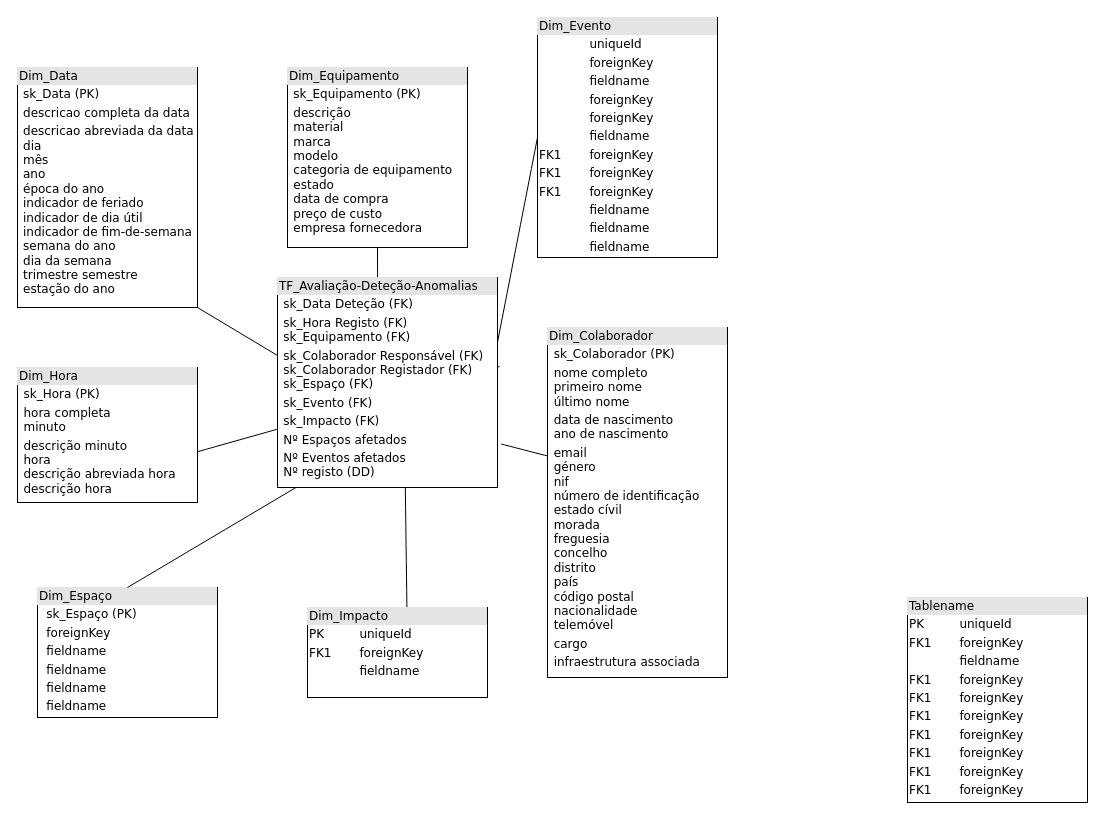
This is avaldetanom.drawio from 1santo/dataset-manutinfras, a draw.io file, before an edit. Source tidied: cells renumbered, new cells numbered last; positions are measured from the earlier drawing's top-left corner, leaving out a move shared by most shapes. Both pictures are drawn from the tidied source at 100%, with x=0, y=0 at pixel (17, 17).
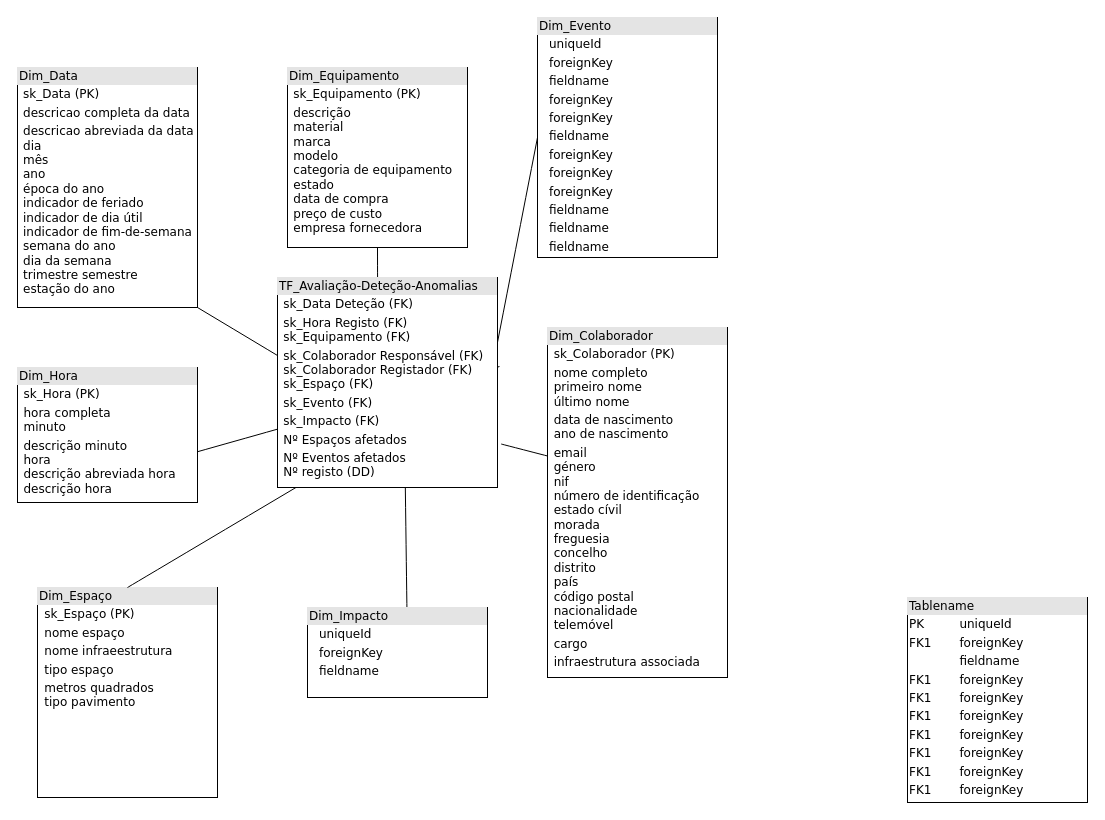
The same diagram, later.

Change to the diagram source:
```diff
@@
 <mxGraphModel>
   <root>
     <mxCell id="0" />
     <mxCell id="1" parent="0" />
     <mxCell id="2" value="&lt;div style=&quot;box-sizing: border-box ; width: 100% ; background: #e4e4e4 ; padding: 2px&quot;&gt;Dim_Equipamento&lt;/div&gt;&lt;table style=&quot;width: 100% ; font-size: 1em&quot; cellpadding=&quot;2&quot; cellspacing=&quot;0&quot;&gt;&lt;tbody&gt;&lt;tr&gt;&lt;td&gt;&lt;br&gt;&lt;/td&gt;&lt;td&gt;sk_Equipamento (PK)&lt;/td&gt;&lt;/tr&gt;&lt;tr&gt;&lt;td&gt;&lt;br&gt;&lt;/td&gt;&lt;td&gt;descrição&lt;br&gt;material&lt;br&gt;marca&lt;br&gt;modelo&lt;br&gt;categoria de equipamento&lt;br&gt;estado&lt;br&gt;data de compra&lt;br&gt;preço de custo&lt;br&gt;empresa fornecedora&lt;/td&gt;&lt;/tr&gt;&lt;tr&gt;&lt;td&gt;&lt;/td&gt;&lt;td&gt;&lt;br&gt;&lt;/td&gt;&lt;/tr&gt;&lt;tr&gt;&lt;td&gt;&lt;br&gt;&lt;/td&gt;&lt;td&gt;&lt;br&gt;&lt;/td&gt;&lt;/tr&gt;&lt;/tbody&gt;&lt;/table&gt;" style="verticalAlign=top;align=left;overflow=fill;html=1;rounded=0;shadow=0;comic=0;labelBackgroundColor=none;strokeWidth=1;fontFamily=Verdana;fontSize=12;" parent="1" vertex="1">
       <mxGeometry x="270" y="50" width="180" height="180" as="geometry" />
     </mxCell>
     <mxCell id="3" value="&lt;div style=&quot;box-sizing: border-box ; width: 100% ; background: #e4e4e4 ; padding: 2px&quot;&gt;Tablename&lt;/div&gt;&lt;table style=&quot;width: 100% ; font-size: 1em&quot; cellpadding=&quot;2&quot; cellspacing=&quot;0&quot;&gt;&lt;tbody&gt;&lt;tr&gt;&lt;td&gt;PK&lt;/td&gt;&lt;td&gt;uniqueId&lt;/td&gt;&lt;/tr&gt;&lt;tr&gt;&lt;td&gt;FK1&lt;/td&gt;&lt;td&gt;foreignKey&lt;/td&gt;&lt;/tr&gt;&lt;tr&gt;&lt;td&gt;&lt;/td&gt;&lt;td&gt;fieldname&lt;/td&gt;&lt;/tr&gt;&lt;tr&gt;&lt;td&gt;FK1&lt;br&gt;&lt;/td&gt;&lt;td&gt;foreignKey&lt;br&gt;&lt;/td&gt;&lt;/tr&gt;&lt;tr&gt;&lt;td&gt;FK1&lt;br&gt;&lt;/td&gt;&lt;td&gt;foreignKey&lt;br&gt;&lt;/td&gt;&lt;/tr&gt;&lt;tr&gt;&lt;td&gt;FK1&lt;br&gt;&lt;/td&gt;&lt;td&gt;foreignKey&lt;br&gt;&lt;/td&gt;&lt;/tr&gt;&lt;tr&gt;&lt;td&gt;FK1&lt;br&gt;&lt;/td&gt;&lt;td&gt;foreignKey&lt;br&gt;&lt;/td&gt;&lt;/tr&gt;&lt;tr&gt;&lt;td&gt;FK1&lt;br&gt;&lt;/td&gt;&lt;td&gt;foreignKey&lt;br&gt;&lt;/td&gt;&lt;/tr&gt;&lt;tr&gt;&lt;td&gt;FK1&lt;br&gt;&lt;/td&gt;&lt;td&gt;foreignKey&lt;br&gt;&lt;/td&gt;&lt;/tr&gt;&lt;tr&gt;&lt;td&gt;FK1&lt;br&gt;&lt;/td&gt;&lt;td&gt;foreignKey&lt;br&gt;&lt;/td&gt;&lt;/tr&gt;&lt;/tbody&gt;&lt;/table&gt;" style="verticalAlign=top;align=left;overflow=fill;html=1;rounded=0;shadow=0;comic=0;labelBackgroundColor=none;strokeWidth=1;fontFamily=Verdana;fontSize=12;" parent="1" vertex="1">
       <mxGeometry x="890" y="580" width="180" height="205" as="geometry" />
     </mxCell>
     <mxCell id="4" value="&lt;div style=&quot;box-sizing: border-box ; width: 100% ; background: #e4e4e4 ; padding: 2px&quot;&gt;Dim_Data&lt;/div&gt;&lt;table style=&quot;width: 100% ; font-size: 1em&quot; cellpadding=&quot;2&quot; cellspacing=&quot;0&quot;&gt;&lt;tbody&gt;&lt;tr&gt;&lt;td&gt;&lt;br&gt;&lt;/td&gt;&lt;td&gt;sk_Data (PK)&lt;/td&gt;&lt;/tr&gt;&lt;tr&gt;&lt;td&gt;&lt;br&gt;&lt;/td&gt;&lt;td&gt;descricao completa da data&lt;/td&gt;&lt;/tr&gt;&lt;tr&gt;&lt;td&gt;&lt;/td&gt;&lt;td&gt;descricao abreviada da data&lt;br&gt;dia&lt;br&gt;mês&lt;br&gt;ano&lt;br&gt;época do ano&lt;br&gt;indicador de feriado&lt;br&gt;indicador de dia útil&lt;br&gt;indicador de fim-de-semana&lt;br&gt;semana do ano&lt;br&gt;dia da semana&lt;br&gt;trimestre semestre&lt;br&gt;estação do ano&lt;br&gt;&lt;/td&gt;&lt;/tr&gt;&lt;tr&gt;&lt;td&gt;&lt;br&gt;&lt;/td&gt;&lt;td&gt;&lt;br&gt;&lt;/td&gt;&lt;/tr&gt;&lt;tr&gt;&lt;td&gt;&lt;br&gt;&lt;/td&gt;&lt;td&gt;&lt;br&gt;&lt;/td&gt;&lt;/tr&gt;&lt;/tbody&gt;&lt;/table&gt;" style="verticalAlign=top;align=left;overflow=fill;html=1;rounded=0;shadow=0;comic=0;labelBackgroundColor=none;strokeWidth=1;fontFamily=Verdana;fontSize=12;" parent="1" vertex="1">
       <mxGeometry y="50" width="180" height="240" as="geometry" />
     </mxCell>
-    <mxCell id="5" value="&lt;div style=&quot;box-sizing: border-box ; width: 100% ; background: #e4e4e4 ; padding: 2px&quot;&gt;Dim_Evento&lt;/div&gt;&lt;table style=&quot;width: 100% ; font-size: 1em&quot; cellpadding=&quot;2&quot; cellspacing=&quot;0&quot;&gt;&lt;tbody&gt;&lt;tr&gt;&lt;td&gt;&lt;br&gt;&lt;/td&gt;&lt;td&gt;uniqueId&lt;/td&gt;&lt;/tr&gt;&lt;tr&gt;&lt;td&gt;&lt;br&gt;&lt;/td&gt;&lt;td&gt;foreignKey&lt;/td&gt;&lt;/tr&gt;&lt;tr&gt;&lt;td&gt;&lt;/td&gt;&lt;td&gt;fieldname&lt;/td&gt;&lt;/tr&gt;&lt;tr&gt;&lt;td&gt;&lt;br&gt;&lt;/td&gt;&lt;td&gt;foreignKey&lt;br&gt;&lt;/td&gt;&lt;/tr&gt;&lt;tr&gt;&lt;td&gt;&lt;br&gt;&lt;/td&gt;&lt;td&gt;foreignKey&lt;br&gt;&lt;/td&gt;&lt;/tr&gt;&lt;tr&gt;&lt;td&gt;&lt;br&gt;&lt;/td&gt;&lt;td&gt;fieldname&lt;br&gt;&lt;/td&gt;&lt;/tr&gt;&lt;tr&gt;&lt;td&gt;FK1&lt;br&gt;&lt;/td&gt;&lt;td&gt;foreignKey&lt;br&gt;&lt;/td&gt;&lt;/tr&gt;&lt;tr&gt;&lt;td&gt;FK1&lt;br&gt;&lt;/td&gt;&lt;td&gt;foreignKey&lt;br&gt;&lt;/td&gt;&lt;/tr&gt;&lt;tr&gt;&lt;td&gt;FK1&lt;br&gt;&lt;/td&gt;&lt;td&gt;foreignKey&lt;br&gt;&lt;/td&gt;&lt;/tr&gt;&lt;tr&gt;&lt;td&gt;&lt;br&gt;&lt;/td&gt;&lt;td&gt;fieldname&lt;br&gt;&lt;/td&gt;&lt;/tr&gt;&lt;tr&gt;&lt;td&gt;&lt;br&gt;&lt;/td&gt;&lt;td&gt;fieldname&lt;br&gt;&lt;/td&gt;&lt;/tr&gt;&lt;tr&gt;&lt;td&gt;&lt;br&gt;&lt;/td&gt;&lt;td&gt;fieldname&lt;br&gt;&lt;/td&gt;&lt;/tr&gt;&lt;/tbody&gt;&lt;/table&gt;" style="verticalAlign=top;align=left;overflow=fill;html=1;rounded=0;shadow=0;comic=0;labelBackgroundColor=none;strokeWidth=1;fontFamily=Verdana;fontSize=12;" parent="1" vertex="1">
+    <mxCell id="5" value="&lt;div style=&quot;box-sizing: border-box ; width: 100% ; background: #e4e4e4 ; padding: 2px&quot;&gt;Dim_Evento&lt;/div&gt;&lt;table style=&quot;width: 100% ; font-size: 1em&quot; cellpadding=&quot;2&quot; cellspacing=&quot;0&quot;&gt;&lt;tbody&gt;&lt;tr&gt;&lt;td&gt;&lt;br&gt;&lt;/td&gt;&lt;td&gt;uniqueId&lt;/td&gt;&lt;/tr&gt;&lt;tr&gt;&lt;td&gt;&lt;br&gt;&lt;/td&gt;&lt;td&gt;foreignKey&lt;/td&gt;&lt;/tr&gt;&lt;tr&gt;&lt;td&gt;&lt;/td&gt;&lt;td&gt;fieldname&lt;/td&gt;&lt;/tr&gt;&lt;tr&gt;&lt;td&gt;&lt;br&gt;&lt;/td&gt;&lt;td&gt;foreignKey&lt;br&gt;&lt;/td&gt;&lt;/tr&gt;&lt;tr&gt;&lt;td&gt;&lt;br&gt;&lt;/td&gt;&lt;td&gt;foreignKey&lt;br&gt;&lt;/td&gt;&lt;/tr&gt;&lt;tr&gt;&lt;td&gt;&lt;br&gt;&lt;/td&gt;&lt;td&gt;fieldname&lt;br&gt;&lt;/td&gt;&lt;/tr&gt;&lt;tr&gt;&lt;td&gt;&lt;/td&gt;&lt;td&gt;foreignKey&lt;br&gt;&lt;/td&gt;&lt;/tr&gt;&lt;tr&gt;&lt;td&gt;&lt;br&gt;&lt;/td&gt;&lt;td&gt;foreignKey&lt;br&gt;&lt;/td&gt;&lt;/tr&gt;&lt;tr&gt;&lt;td&gt;&lt;br&gt;&lt;/td&gt;&lt;td&gt;foreignKey&lt;br&gt;&lt;/td&gt;&lt;/tr&gt;&lt;tr&gt;&lt;td&gt;&lt;br&gt;&lt;/td&gt;&lt;td&gt;fieldname&lt;br&gt;&lt;/td&gt;&lt;/tr&gt;&lt;tr&gt;&lt;td&gt;&lt;br&gt;&lt;/td&gt;&lt;td&gt;fieldname&lt;br&gt;&lt;/td&gt;&lt;/tr&gt;&lt;tr&gt;&lt;td&gt;&lt;br&gt;&lt;/td&gt;&lt;td&gt;fieldname&lt;br&gt;&lt;/td&gt;&lt;/tr&gt;&lt;/tbody&gt;&lt;/table&gt;" style="verticalAlign=top;align=left;overflow=fill;html=1;rounded=0;shadow=0;comic=0;labelBackgroundColor=none;strokeWidth=1;fontFamily=Verdana;fontSize=12;" parent="1" vertex="1">
       <mxGeometry x="520" width="180" height="240" as="geometry" />
     </mxCell>
-    <mxCell id="6" value="&lt;div style=&quot;box-sizing: border-box ; width: 100% ; background: #e4e4e4 ; padding: 2px&quot;&gt;Dim_Espaço&lt;/div&gt;&lt;table style=&quot;width: 100% ; font-size: 1em&quot; cellpadding=&quot;2&quot; cellspacing=&quot;0&quot;&gt;&lt;tbody&gt;&lt;tr&gt;&lt;td&gt;&lt;br&gt;&lt;/td&gt;&lt;td&gt;sk_Espaço (PK)&lt;/td&gt;&lt;/tr&gt;&lt;tr&gt;&lt;td&gt;&lt;br&gt;&lt;/td&gt;&lt;td&gt;foreignKey&lt;/td&gt;&lt;/tr&gt;&lt;tr&gt;&lt;td&gt;&lt;/td&gt;&lt;td&gt;fieldname&lt;/td&gt;&lt;/tr&gt;&lt;tr&gt;&lt;td&gt;&lt;br&gt;&lt;/td&gt;&lt;td&gt;fieldname&lt;br&gt;&lt;/td&gt;&lt;/tr&gt;&lt;tr&gt;&lt;td&gt;&lt;br&gt;&lt;/td&gt;&lt;td&gt;fieldname&lt;br&gt;&lt;/td&gt;&lt;/tr&gt;&lt;tr&gt;&lt;td&gt;&lt;br&gt;&lt;/td&gt;&lt;td&gt;fieldname&lt;br&gt;&lt;/td&gt;&lt;/tr&gt;&lt;/tbody&gt;&lt;/table&gt;" style="verticalAlign=top;align=left;overflow=fill;html=1;rounded=0;shadow=0;comic=0;labelBackgroundColor=none;strokeWidth=1;fontFamily=Verdana;fontSize=12;" parent="1" vertex="1">
-      <mxGeometry x="20" y="570" width="180" height="130" as="geometry" />
+    <mxCell id="6" value="&lt;div style=&quot;box-sizing: border-box ; width: 100% ; background: #e4e4e4 ; padding: 2px&quot;&gt;Dim_Espaço&lt;/div&gt;&lt;table style=&quot;width: 100% ; font-size: 1em&quot; cellpadding=&quot;2&quot; cellspacing=&quot;0&quot;&gt;&lt;tbody&gt;&lt;tr&gt;&lt;td&gt;&lt;br&gt;&lt;/td&gt;&lt;td&gt;sk_Espaço (PK)&lt;/td&gt;&lt;/tr&gt;&lt;tr&gt;&lt;td&gt;&lt;br&gt;&lt;/td&gt;&lt;td&gt;nome espaço&lt;/td&gt;&lt;/tr&gt;&lt;tr&gt;&lt;td&gt;&lt;/td&gt;&lt;td&gt;nome infraeestrutura&lt;/td&gt;&lt;/tr&gt;&lt;tr&gt;&lt;td&gt;&lt;br&gt;&lt;/td&gt;&lt;td&gt;tipo espaço&lt;/td&gt;&lt;/tr&gt;&lt;tr&gt;&lt;td&gt;&lt;br&gt;&lt;/td&gt;&lt;td&gt;metros quadrados&lt;br&gt;tipo pavimento&lt;br&gt;&lt;br&gt;&lt;br&gt;&lt;/td&gt;&lt;/tr&gt;&lt;tr&gt;&lt;td&gt;&lt;br&gt;&lt;/td&gt;&lt;td&gt;&lt;br&gt;&lt;/td&gt;&lt;/tr&gt;&lt;/tbody&gt;&lt;/table&gt;" style="verticalAlign=top;align=left;overflow=fill;html=1;rounded=0;shadow=0;comic=0;labelBackgroundColor=none;strokeWidth=1;fontFamily=Verdana;fontSize=12;" parent="1" vertex="1">
+      <mxGeometry x="20" y="570" width="180" height="210" as="geometry" />
     </mxCell>
     <mxCell id="7" style="endArrow=none;html=1;rounded=0;fontSize=12;startSize=14;endSize=14;sourcePerimeterSpacing=8;targetPerimeterSpacing=8;curved=1;exitX=1;exitY=1;exitDx=0;exitDy=0;entryX=1;entryY=1;entryDx=0;entryDy=0;" parent="1" edge="1" source="13" target="4">
       <mxGeometry relative="1" as="geometry" />
     </mxCell>
     <mxCell id="8" style="endArrow=none;html=1;rounded=0;fontSize=12;startSize=14;endSize=14;sourcePerimeterSpacing=8;targetPerimeterSpacing=8;curved=1;exitX=0.455;exitY=0.05;exitDx=0;exitDy=0;exitPerimeter=0;entryX=0.5;entryY=1;entryDx=0;entryDy=0;" parent="1" edge="1" source="13" target="2">
       <mxGeometry relative="1" as="geometry" />
     </mxCell>
     <mxCell id="9" style="endArrow=none;html=1;rounded=0;fontSize=12;startSize=14;endSize=14;sourcePerimeterSpacing=8;targetPerimeterSpacing=8;curved=1;exitX=0.5;exitY=0;exitDx=0;exitDy=0;entryX=0.727;entryY=0.6;entryDx=0;entryDy=0;entryPerimeter=0;" parent="1" edge="1" source="6" target="13">
       <mxGeometry relative="1" as="geometry" />
     </mxCell>
     <mxCell id="10" style="endArrow=none;html=1;rounded=0;fontSize=12;startSize=14;endSize=14;sourcePerimeterSpacing=8;targetPerimeterSpacing=8;curved=1;exitX=0.955;exitY=0.55;exitDx=0;exitDy=0;exitPerimeter=0;entryX=0;entryY=0.5;entryDx=0;entryDy=0;" parent="1" edge="1" source="13" target="5">
       <mxGeometry relative="1" as="geometry" />
     </mxCell>
     <mxCell id="11" style="endArrow=none;html=1;rounded=0;fontSize=12;startSize=14;endSize=14;sourcePerimeterSpacing=8;targetPerimeterSpacing=8;curved=1;exitX=0;exitY=1;exitDx=0;exitDy=0;entryX=1.009;entryY=0.424;entryDx=0;entryDy=0;entryPerimeter=0;" parent="1" edge="1" source="15" target="13">
       <mxGeometry relative="1" as="geometry" />
     </mxCell>
     <mxCell id="12" style="endArrow=none;html=1;rounded=0;fontSize=12;startSize=14;endSize=14;sourcePerimeterSpacing=8;targetPerimeterSpacing=8;curved=1;exitX=0.556;exitY=0.556;exitDx=0;exitDy=0;exitPerimeter=0;entryX=0.581;entryY=0.996;entryDx=0;entryDy=0;entryPerimeter=0;" parent="1" edge="1" source="14" target="13">
       <mxGeometry relative="1" as="geometry" />
     </mxCell>
     <mxCell id="13" value="&lt;div style=&quot;box-sizing: border-box ; width: 100% ; background: #e4e4e4 ; padding: 2px&quot;&gt;TF_Avaliação-Deteção-Anomalias&lt;/div&gt;&lt;table style=&quot;width: 100% ; font-size: 1em&quot; cellpadding=&quot;2&quot; cellspacing=&quot;0&quot;&gt;&lt;tbody&gt;&lt;tr&gt;&lt;td&gt;&lt;br&gt;&lt;/td&gt;&lt;td&gt;sk_Data Deteção (FK)&lt;/td&gt;&lt;/tr&gt;&lt;tr&gt;&lt;td&gt;&lt;br&gt;&lt;/td&gt;&lt;td&gt;sk_Hora Registo (FK)&lt;br&gt;sk_Equipamento (FK)&lt;/td&gt;&lt;/tr&gt;&lt;tr&gt;&lt;td&gt;&lt;/td&gt;&lt;td&gt;sk_Colaborador Responsável (FK)&lt;br&gt;sk_Colaborador Registador (FK)&lt;br&gt;sk_Espaço (FK)&lt;/td&gt;&lt;/tr&gt;&lt;tr&gt;&lt;td&gt;&lt;br&gt;&lt;/td&gt;&lt;td&gt;sk_Evento (FK)&lt;/td&gt;&lt;/tr&gt;&lt;tr&gt;&lt;td&gt;&lt;br&gt;&lt;/td&gt;&lt;td&gt;sk_Impacto (FK)&lt;/td&gt;&lt;/tr&gt;&lt;tr&gt;&lt;td&gt;&lt;br&gt;&lt;/td&gt;&lt;td&gt;Nº Espaços afetados&lt;/td&gt;&lt;/tr&gt;&lt;tr&gt;&lt;td&gt;&lt;br&gt;&lt;/td&gt;&lt;td&gt;Nº Eventos afetados&lt;br&gt;Nº registo (DD)&lt;/td&gt;&lt;/tr&gt;&lt;tr&gt;&lt;td&gt;&lt;br&gt;&lt;/td&gt;&lt;td&gt;&lt;br&gt;&lt;/td&gt;&lt;/tr&gt;&lt;tr&gt;&lt;td&gt;&lt;br&gt;&lt;/td&gt;&lt;td&gt;&lt;br&gt;&lt;/td&gt;&lt;/tr&gt;&lt;tr&gt;&lt;td&gt;&lt;/td&gt;&lt;td&gt;&lt;br&gt;&lt;/td&gt;&lt;/tr&gt;&lt;tr&gt;&lt;td&gt;&lt;br&gt;&lt;/td&gt;&lt;td&gt;&lt;br&gt;&lt;/td&gt;&lt;/tr&gt;&lt;/tbody&gt;&lt;/table&gt;" style="verticalAlign=top;align=left;overflow=fill;html=1;rounded=0;shadow=0;comic=0;labelBackgroundColor=none;strokeWidth=1;fontFamily=Verdana;fontSize=12;" parent="1" vertex="1">
       <mxGeometry x="260" y="260" width="220" height="210" as="geometry" />
     </mxCell>
-    <mxCell id="14" value="&lt;div style=&quot;box-sizing:border-box;width:100%;background:#e4e4e4;padding:2px;&quot;&gt;Dim_Impacto&lt;/div&gt;&lt;table style=&quot;width:100%;font-size:1em;&quot; cellpadding=&quot;2&quot; cellspacing=&quot;0&quot;&gt;&lt;tbody&gt;&lt;tr&gt;&lt;td&gt;PK&lt;/td&gt;&lt;td&gt;uniqueId&lt;/td&gt;&lt;/tr&gt;&lt;tr&gt;&lt;td&gt;FK1&lt;/td&gt;&lt;td&gt;foreignKey&lt;/td&gt;&lt;/tr&gt;&lt;tr&gt;&lt;td&gt;&lt;/td&gt;&lt;td&gt;fieldname&lt;/td&gt;&lt;/tr&gt;&lt;/tbody&gt;&lt;/table&gt;" style="verticalAlign=top;align=left;overflow=fill;html=1;rounded=0;shadow=0;comic=0;labelBackgroundColor=none;strokeWidth=1;fontFamily=Verdana;fontSize=12;" parent="1" vertex="1">
+    <mxCell id="14" value="&lt;div style=&quot;box-sizing:border-box;width:100%;background:#e4e4e4;padding:2px;&quot;&gt;Dim_Impacto&lt;/div&gt;&lt;table style=&quot;width:100%;font-size:1em;&quot; cellpadding=&quot;2&quot; cellspacing=&quot;0&quot;&gt;&lt;tbody&gt;&lt;tr&gt;&lt;td&gt;&lt;br&gt;&lt;/td&gt;&lt;td&gt;uniqueId&lt;/td&gt;&lt;/tr&gt;&lt;tr&gt;&lt;td&gt;&lt;br&gt;&lt;/td&gt;&lt;td&gt;foreignKey&lt;/td&gt;&lt;/tr&gt;&lt;tr&gt;&lt;td&gt;&lt;/td&gt;&lt;td&gt;fieldname&lt;/td&gt;&lt;/tr&gt;&lt;/tbody&gt;&lt;/table&gt;" style="verticalAlign=top;align=left;overflow=fill;html=1;rounded=0;shadow=0;comic=0;labelBackgroundColor=none;strokeWidth=1;fontFamily=Verdana;fontSize=12;" parent="1" vertex="1">
       <mxGeometry x="290" y="590" width="180" height="90" as="geometry" />
     </mxCell>
     <mxCell id="15" value="&lt;div style=&quot;box-sizing:border-box;width:100%;background:#e4e4e4;padding:2px;&quot;&gt;Dim_Hora&lt;/div&gt;&lt;table style=&quot;width:100%;font-size:1em;&quot; cellpadding=&quot;2&quot; cellspacing=&quot;0&quot;&gt;&lt;tbody&gt;&lt;tr&gt;&lt;td&gt;&lt;/td&gt;&lt;td&gt;sk_Hora (PK)&lt;/td&gt;&lt;/tr&gt;&lt;tr&gt;&lt;td&gt;&lt;br&gt;&lt;/td&gt;&lt;td&gt;hora completa&lt;br&gt;minuto&lt;/td&gt;&lt;/tr&gt;&lt;tr&gt;&lt;td&gt;&lt;/td&gt;&lt;td&gt;descrição minuto&lt;br&gt;hora&lt;br&gt;descrição abreviada hora&lt;br&gt;descrição hora&lt;br&gt;&lt;/td&gt;&lt;/tr&gt;&lt;/tbody&gt;&lt;/table&gt;" style="verticalAlign=top;align=left;overflow=fill;html=1;rounded=0;shadow=0;comic=0;labelBackgroundColor=none;strokeWidth=1;fontFamily=Verdana;fontSize=12;" parent="1" vertex="1">
       <mxGeometry y="350" width="180" height="135" as="geometry" />
     </mxCell>
     <mxCell id="16" style="endArrow=none;html=1;rounded=0;fontSize=12;startSize=14;endSize=14;sourcePerimeterSpacing=8;targetPerimeterSpacing=8;curved=1;entryX=1;entryY=0.5;entryDx=0;entryDy=0;exitX=1.017;exitY=0.793;exitDx=0;exitDy=0;exitPerimeter=0;" parent="1" edge="1" source="13" target="17">
       <mxGeometry x="1" y="14" relative="1" as="geometry">
         <mxPoint x="-4" y="14" as="offset" />
       </mxGeometry>
     </mxCell>
     <mxCell id="17" value="&lt;div style=&quot;box-sizing: border-box ; width: 100% ; background: #e4e4e4 ; padding: 2px&quot;&gt;Dim_Colaborador&lt;/div&gt;&lt;table style=&quot;width: 100% ; font-size: 1em&quot; cellpadding=&quot;2&quot; cellspacing=&quot;0&quot;&gt;&lt;tbody&gt;&lt;tr&gt;&lt;td&gt;&lt;br&gt;&lt;/td&gt;&lt;td&gt;sk_Colaborador (PK)&lt;/td&gt;&lt;/tr&gt;&lt;tr&gt;&lt;td&gt;&lt;br&gt;&lt;/td&gt;&lt;td&gt;nome completo&lt;br&gt;primeiro nome&lt;br&gt;último nome&lt;/td&gt;&lt;/tr&gt;&lt;tr&gt;&lt;td&gt;&lt;/td&gt;&lt;td&gt;data de nascimento&lt;br&gt;ano de nascimento&lt;/td&gt;&lt;/tr&gt;&lt;tr&gt;&lt;td&gt;&lt;br&gt;&lt;/td&gt;&lt;td&gt;email&lt;br&gt;género&lt;br&gt;nif&lt;br&gt;número de identificação&lt;br&gt;estado cívil&lt;br&gt;morada&lt;br&gt;freguesia&lt;br&gt;concelho&lt;br&gt;distrito&lt;br&gt;país&lt;br&gt;código postal&lt;br&gt;nacionalidade&lt;br&gt;telemóvel&lt;/td&gt;&lt;/tr&gt;&lt;tr&gt;&lt;td&gt;&lt;br&gt;&lt;/td&gt;&lt;td&gt;cargo&lt;/td&gt;&lt;/tr&gt;&lt;tr&gt;&lt;td&gt;&lt;br&gt;&lt;/td&gt;&lt;td&gt;infraestrutura associada&lt;/td&gt;&lt;/tr&gt;&lt;/tbody&gt;&lt;/table&gt;" style="verticalAlign=top;align=left;overflow=fill;html=1;rounded=0;shadow=0;comic=0;labelBackgroundColor=none;strokeWidth=1;fontFamily=Verdana;fontSize=12;" parent="1" vertex="1">
       <mxGeometry x="530" y="310" width="180" height="350" as="geometry" />
     </mxCell>
   </root>
 </mxGraphModel>
```
